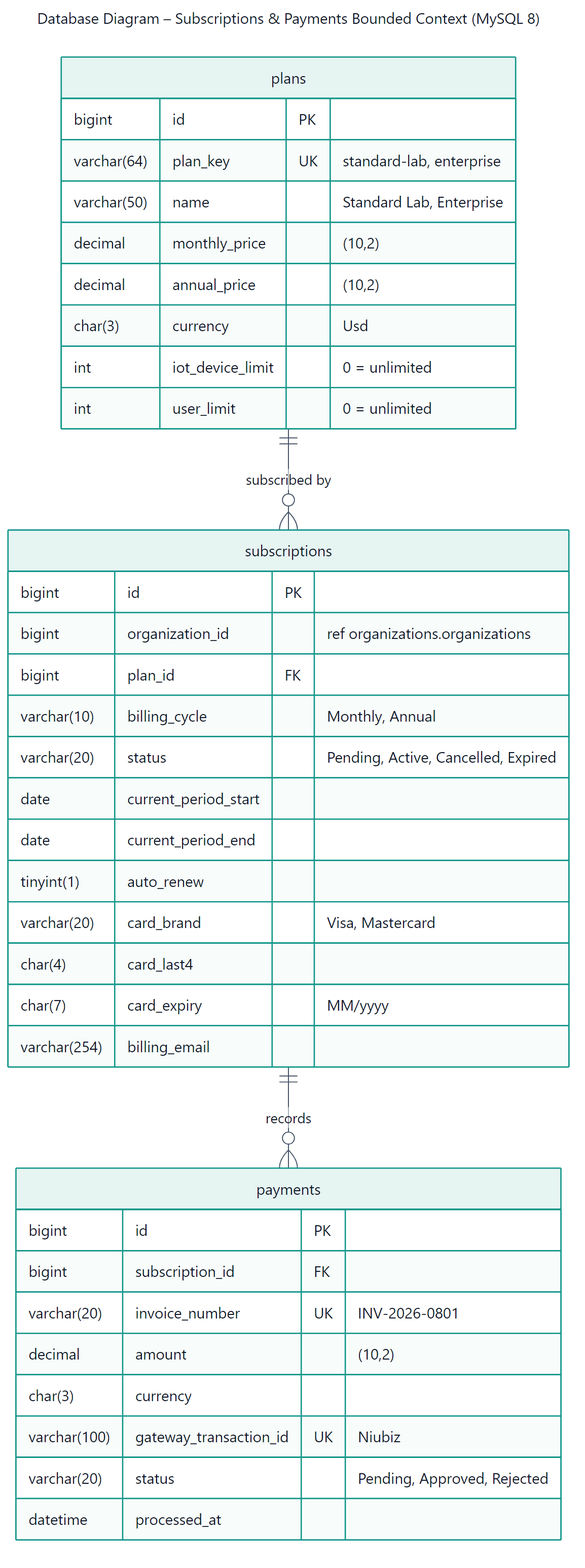
This is assets/img/chapter4/database/db-03-subscriptions.png from IngesCompanyCC/doofplus-report, a Mermaid export, as it was before one commit. Its source is kept beside it as assets/diagrams/mermaid/db-03-subscriptions.mmd.
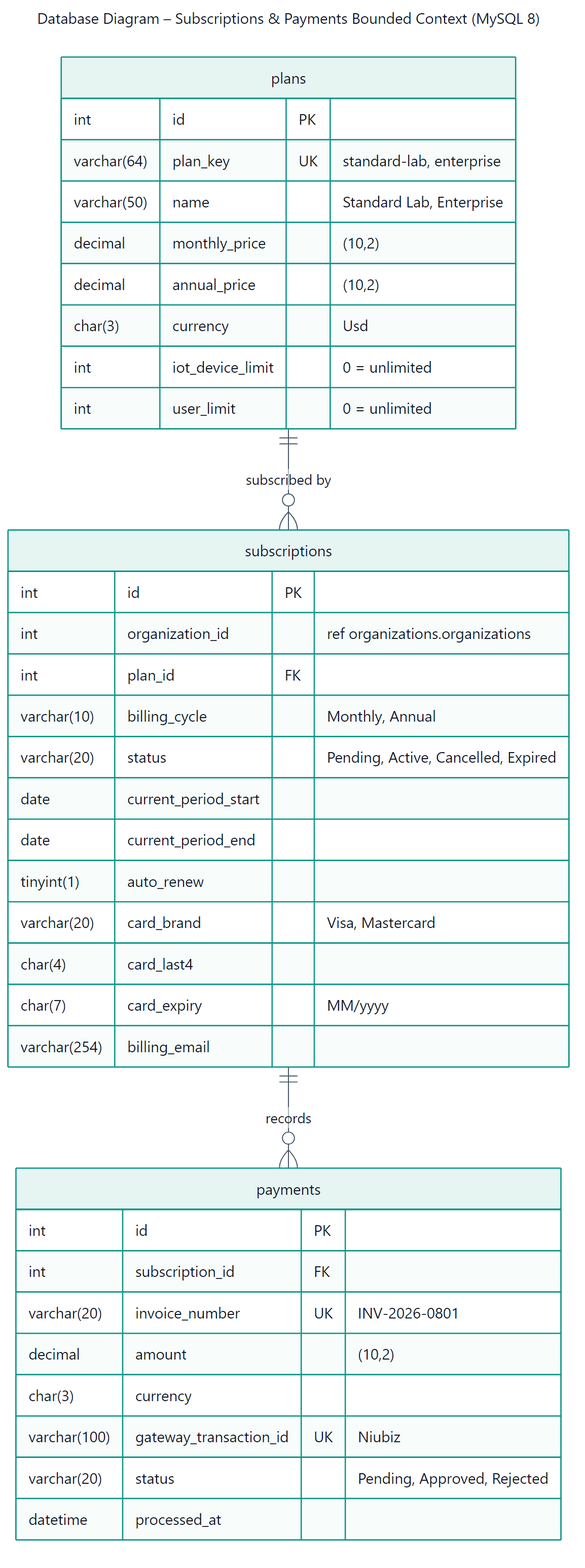
After the commit.

What changed in the source:
```diff
@@ -3,7 +3,7 @@
 ---
 erDiagram
   plans {
-    bigint id PK
+    int id PK
     varchar(64) plan_key UK "standard-lab, enterprise"
     varchar(50) name "Standard Lab, Enterprise"
     decimal monthly_price "(10,2)"
@@ -13,9 +13,9 @@
     int user_limit "0 = unlimited"
   }
   subscriptions {
-    bigint id PK
-    bigint organization_id "ref organizations.organizations"
-    bigint plan_id FK
+    int id PK
+    int organization_id "ref organizations.organizations"
+    int plan_id FK
     varchar(10) billing_cycle "Monthly, Annual"
     varchar(20) status "Pending, Active, Cancelled, Expired"
     date current_period_start
@@ -27,8 +27,8 @@
     varchar(254) billing_email
   }
   payments {
-    bigint id PK
-    bigint subscription_id FK
+    int id PK
+    int subscription_id FK
     varchar(20) invoice_number UK "INV-2026-0801"
     decimal amount "(10,2)"
     char(3) currency
```
